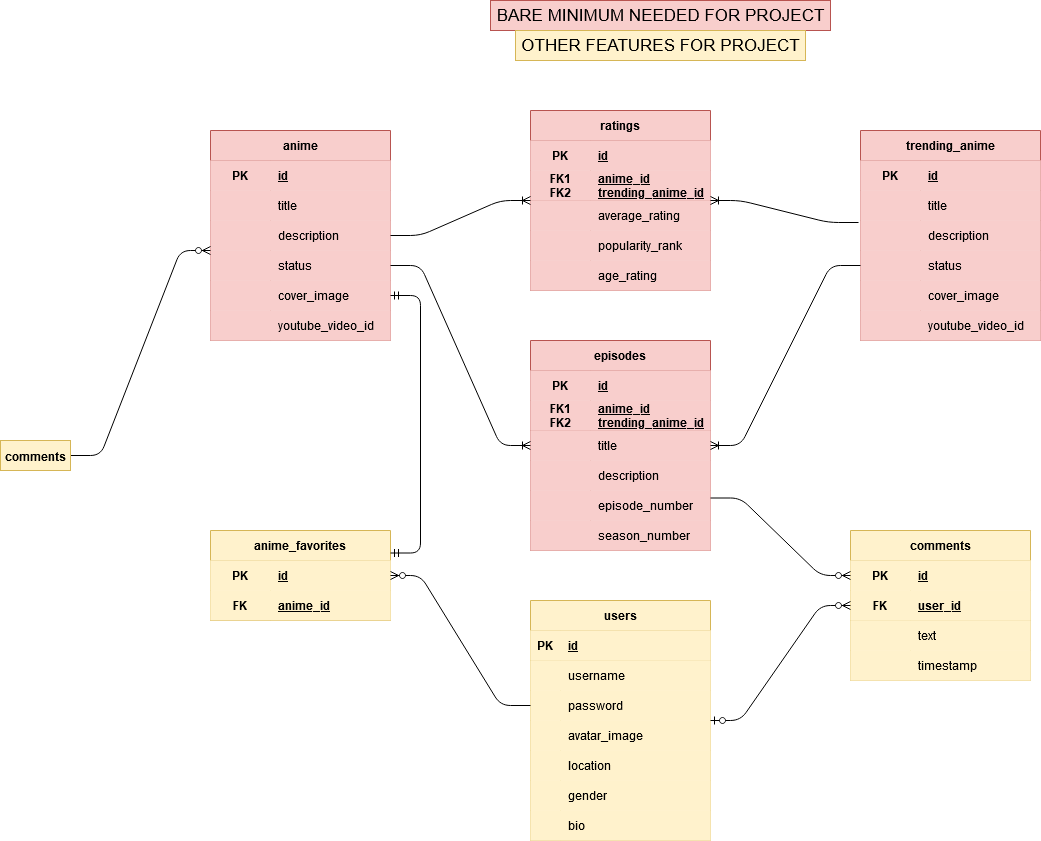
Earlier version of the draw.io export Schema.png (KennyHoang-CS/Anime-Platform). Source tidied: cells renumbered, new cells last; positions are measured from the earlier drawing's top-left corner, leaving out a move shared by most shapes.
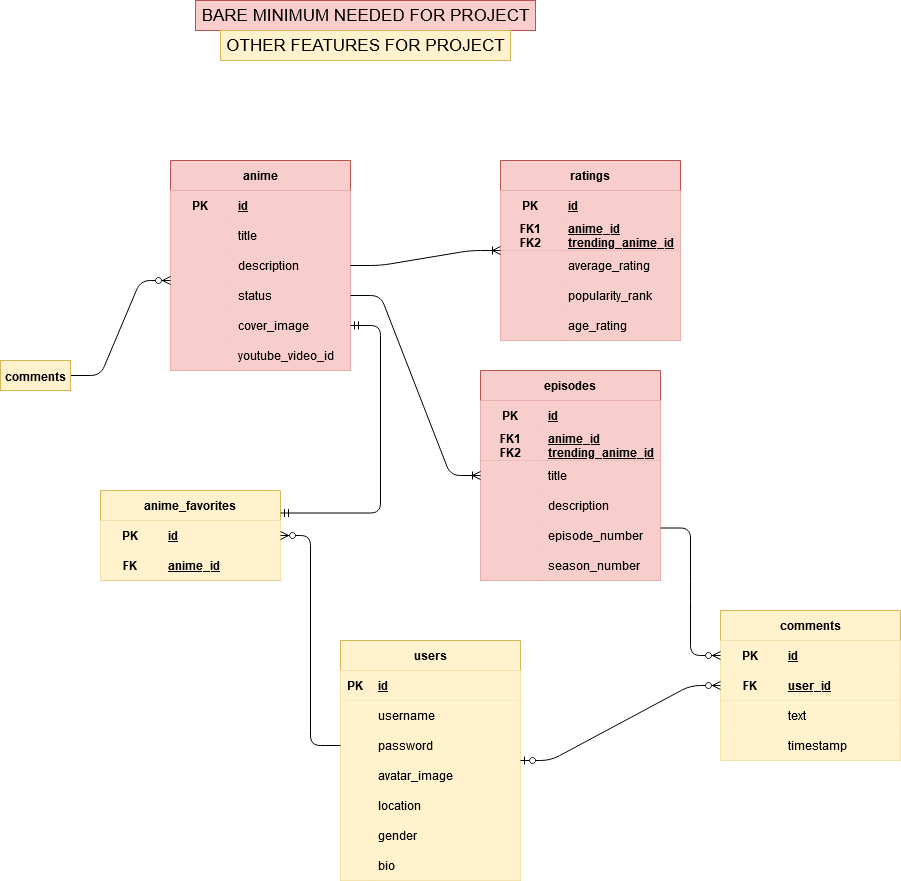
Above is the later version.

What changed in the source:
```diff
@@ -3,7 +3,7 @@
     <mxCell id="0" />
     <mxCell id="1" parent="0" />
     <mxCell id="2" value="anime" style="shape=table;startSize=30;rowLines=0;fontStyle=1;align=center;fillColor=#f8cecc;strokeColor=#b85450;" parent="1" vertex="1">
-      <mxGeometry x="210" y="130" width="180" height="210" as="geometry" />
+      <mxGeometry x="440" y="120" width="180" height="210" as="geometry" />
     </mxCell>
     <mxCell id="3" style="shape=partialRectangle;top=0;left=0;bottom=0;right=0;fillColor=#f8cecc;strokeColor=#b85450;" parent="2" vertex="1">
       <mxGeometry y="30" width="180" height="30" as="geometry" />
@@ -60,7 +60,7 @@
       <mxGeometry x="60" width="120" height="30" as="geometry" />
     </mxCell>
     <mxCell id="21" value="users" style="shape=table;startSize=30;rowLines=0;fontStyle=1;align=center;fillColor=#fff2cc;strokeColor=#d6b656;" parent="1" vertex="1">
-      <mxGeometry x="530" y="600" width="180" height="240" as="geometry" />
+      <mxGeometry x="610" y="600" width="180" height="240" as="geometry" />
     </mxCell>
     <mxCell id="22" style="shape=partialRectangle;top=0;left=0;bottom=1;right=0;fillColor=#fff2cc;strokeColor=#d6b656;" parent="21" vertex="1">
       <mxGeometry y="30" width="180" height="30" as="geometry" />
@@ -126,7 +126,7 @@
       <mxGeometry x="30" width="150" height="30" as="geometry" />
     </mxCell>
     <mxCell id="43" value="episodes" style="shape=table;startSize=30;rowLines=0;fontStyle=1;align=center;fillColor=#f8cecc;strokeColor=#b85450;" parent="1" vertex="1">
-      <mxGeometry x="530" y="340" width="180" height="210" as="geometry" />
+      <mxGeometry x="750" y="330" width="180" height="210" as="geometry" />
     </mxCell>
     <mxCell id="44" style="shape=partialRectangle;top=0;left=0;bottom=0;right=0;fillColor=#f8cecc;strokeColor=#b85450;" parent="43" vertex="1">
       <mxGeometry y="30" width="180" height="30" as="geometry" />
@@ -183,7 +183,7 @@
       <mxGeometry x="60" width="120" height="30" as="geometry" />
     </mxCell>
     <mxCell id="62" value="comments" style="shape=table;startSize=30;rowLines=0;fontStyle=1;align=center;fillColor=#fff2cc;strokeColor=#d6b656;" parent="1" vertex="1">
-      <mxGeometry x="850" y="530" width="180" height="150" as="geometry" />
+      <mxGeometry x="990" y="570" width="180" height="150" as="geometry" />
     </mxCell>
     <mxCell id="63" style="shape=partialRectangle;fillColor=#fff2cc;top=0;left=0;bottom=0;right=0;points=[[0,0.5],[1,0.5]];portConstraint=eastwest;strokeColor=#d6b656;" parent="62" vertex="1">
       <mxGeometry y="30" width="180" height="30" as="geometry" />
@@ -222,13 +222,13 @@
       <mxGeometry x="60" width="120" height="30" as="geometry" />
     </mxCell>
     <mxCell id="75" value="BARE MINIMUM NEEDED FOR PROJECT" style="text;html=1;align=center;verticalAlign=middle;fillColor=#f8cecc;strokeColor=#b85450;fontSize=17;" parent="1" vertex="1">
-      <mxGeometry x="490" width="340" height="30" as="geometry" />
+      <mxGeometry x="465" y="-40" width="340" height="30" as="geometry" />
     </mxCell>
     <mxCell id="76" value="OTHER FEATURES FOR PROJECT" style="text;html=1;align=center;verticalAlign=middle;fillColor=#fff2cc;strokeColor=#d6b656;fontSize=17;" parent="1" vertex="1">
-      <mxGeometry x="515" y="30" width="290" height="30" as="geometry" />
+      <mxGeometry x="490" y="-10" width="290" height="30" as="geometry" />
     </mxCell>
     <mxCell id="77" value="ratings" style="shape=table;startSize=30;rowLines=0;fontStyle=1;align=center;fillColor=#f8cecc;strokeColor=#b85450;" parent="1" vertex="1">
-      <mxGeometry x="530" y="110" width="180" height="180" as="geometry" />
+      <mxGeometry x="770" y="120" width="180" height="180" as="geometry" />
     </mxCell>
     <mxCell id="78" style="shape=partialRectangle;fillColor=#f8cecc;top=0;left=0;bottom=0;right=0;strokeColor=#b85450;" parent="77" vertex="1">
       <mxGeometry y="30" width="180" height="30" as="geometry" />
@@ -278,74 +278,11 @@
     <mxCell id="93" style="edgeStyle=entityRelationEdgeStyle;fontSize=12;html=1;endArrow=ERoneToMany;exitX=1;exitY=0.5;exitDx=0;exitDy=0;entryX=0;entryY=0.5;entryDx=0;entryDy=0;" parent="1" edge="1" source="2" target="77">
       <mxGeometry relative="1" as="geometry" />
     </mxCell>
-    <mxCell id="94" value="trending_anime" style="shape=table;startSize=30;rowLines=0;fontStyle=1;align=center;fillColor=#f8cecc;strokeColor=#b85450;" parent="1" vertex="1">
-      <mxGeometry x="860" y="130" width="180" height="210" as="geometry" />
-    </mxCell>
-    <mxCell id="95" style="shape=partialRectangle;top=0;left=0;bottom=0;right=0;fillColor=#f8cecc;strokeColor=#b85450;" parent="94" vertex="1">
-      <mxGeometry y="30" width="180" height="30" as="geometry" />
-    </mxCell>
-    <mxCell id="96" value="PK" style="shape=partialRectangle;top=0;left=0;bottom=0;right=0;fontStyle=1;overflow=hidden;fillColor=#f8cecc;strokeColor=#b85450;" parent="95" vertex="1">
-      <mxGeometry width="60" height="30" as="geometry" />
-    </mxCell>
-    <mxCell id="97" value="id" style="shape=partialRectangle;top=0;left=0;bottom=0;right=0;align=left;spacingLeft=6;fontStyle=5;overflow=hidden;fillColor=#f8cecc;strokeColor=#b85450;" parent="95" vertex="1">
-      <mxGeometry x="60" width="120" height="30" as="geometry" />
-    </mxCell>
-    <mxCell id="98" style="shape=partialRectangle;top=0;left=0;bottom=0;right=0;fillColor=#f8cecc;strokeColor=#b85450;" parent="94" vertex="1">
-      <mxGeometry y="60" width="180" height="30" as="geometry" />
-    </mxCell>
-    <mxCell id="99" style="shape=partialRectangle;top=0;left=0;bottom=0;right=0;overflow=hidden;fillColor=#f8cecc;strokeColor=#b85450;" parent="98" vertex="1">
-      <mxGeometry width="60" height="30" as="geometry" />
-    </mxCell>
-    <mxCell id="100" value="title" style="shape=partialRectangle;top=0;left=0;bottom=0;right=0;align=left;spacingLeft=6;overflow=hidden;fillColor=#f8cecc;strokeColor=#b85450;" parent="98" vertex="1">
-      <mxGeometry x="60" width="120" height="30" as="geometry" />
-    </mxCell>
-    <mxCell id="101" style="shape=partialRectangle;top=0;left=0;bottom=0;right=0;points=[[0,0.5],[1,0.5]];portConstraint=eastwest;fillColor=#f8cecc;strokeColor=#b85450;" parent="94" vertex="1">
-      <mxGeometry y="90" width="180" height="30" as="geometry" />
-    </mxCell>
-    <mxCell id="102" style="shape=partialRectangle;top=0;left=0;bottom=0;right=0;overflow=hidden;fillColor=#f8cecc;strokeColor=#b85450;" parent="101" vertex="1">
-      <mxGeometry width="60" height="30" as="geometry" />
-    </mxCell>
-    <mxCell id="103" value="description" style="shape=partialRectangle;top=0;left=0;bottom=0;right=0;align=left;spacingLeft=6;overflow=hidden;fillColor=#f8cecc;strokeColor=#b85450;" parent="101" vertex="1">
-      <mxGeometry x="60" width="120" height="30" as="geometry" />
-    </mxCell>
-    <mxCell id="104" style="shape=partialRectangle;fillColor=#f8cecc;top=0;left=0;bottom=0;right=0;points=[[0,0.5],[1,0.5]];portConstraint=eastwest;strokeColor=#b85450;" parent="94" vertex="1">
-      <mxGeometry y="120" width="180" height="30" as="geometry" />
-    </mxCell>
-    <mxCell id="105" style="shape=partialRectangle;fillColor=#f8cecc;top=0;left=0;bottom=0;right=0;overflow=hidden;strokeColor=#b85450;" parent="104" vertex="1">
-      <mxGeometry width="60" height="30" as="geometry" />
-    </mxCell>
-    <mxCell id="106" value="status" style="shape=partialRectangle;fillColor=#f8cecc;top=0;left=0;bottom=0;right=0;align=left;spacingLeft=6;overflow=hidden;strokeColor=#b85450;" parent="104" vertex="1">
-      <mxGeometry x="60" width="120" height="30" as="geometry" />
-    </mxCell>
-    <mxCell id="107" style="shape=partialRectangle;fillColor=#f8cecc;top=0;left=0;bottom=0;right=0;strokeColor=#b85450;" parent="94" vertex="1">
-      <mxGeometry y="150" width="180" height="30" as="geometry" />
-    </mxCell>
-    <mxCell id="108" style="shape=partialRectangle;fillColor=#f8cecc;top=0;left=0;bottom=0;right=0;overflow=hidden;strokeColor=#b85450;" parent="107" vertex="1">
-      <mxGeometry width="60" height="30" as="geometry" />
-    </mxCell>
-    <mxCell id="109" value="cover_image" style="shape=partialRectangle;fillColor=#f8cecc;top=0;left=0;bottom=0;right=0;align=left;spacingLeft=6;overflow=hidden;strokeColor=#b85450;" parent="107" vertex="1">
-      <mxGeometry x="60" width="120" height="30" as="geometry" />
-    </mxCell>
-    <mxCell id="110" style="shape=partialRectangle;fillColor=#f8cecc;top=0;left=0;bottom=0;right=0;strokeColor=#b85450;" parent="94" vertex="1">
-      <mxGeometry y="180" width="180" height="30" as="geometry" />
-    </mxCell>
-    <mxCell id="111" style="shape=partialRectangle;fillColor=#f8cecc;top=0;left=0;bottom=0;right=0;overflow=hidden;strokeColor=#b85450;" parent="110" vertex="1">
-      <mxGeometry width="60" height="30" as="geometry" />
-    </mxCell>
-    <mxCell id="112" value="youtube_video_id" style="shape=partialRectangle;fillColor=#f8cecc;top=0;left=0;bottom=0;right=0;align=left;spacingLeft=6;overflow=hidden;strokeColor=#b85450;" parent="110" vertex="1">
-      <mxGeometry x="60" width="120" height="30" as="geometry" />
-    </mxCell>
     <mxCell id="113" style="edgeStyle=entityRelationEdgeStyle;fontSize=12;html=1;endArrow=ERoneToMany;exitX=1;exitY=0.5;exitDx=0;exitDy=0;entryX=0;entryY=0.5;entryDx=0;entryDy=0;" parent="1" edge="1" source="12" target="43">
       <mxGeometry relative="1" as="geometry" />
     </mxCell>
-    <mxCell id="114" style="edgeStyle=entityRelationEdgeStyle;fontSize=12;html=1;endArrow=ERoneToMany;entryX=1;entryY=0.5;entryDx=0;entryDy=0;exitX=-0.011;exitY=0.067;exitDx=0;exitDy=0;exitPerimeter=0;" parent="1" edge="1" source="101" target="77">
-      <mxGeometry relative="1" as="geometry" />
-    </mxCell>
-    <mxCell id="115" style="edgeStyle=entityRelationEdgeStyle;fontSize=12;html=1;endArrow=ERoneToMany;entryX=1;entryY=0.5;entryDx=0;entryDy=0;exitX=0;exitY=0.5;exitDx=0;exitDy=0;" parent="1" edge="1" source="104" target="43">
-      <mxGeometry relative="1" as="geometry" />
-    </mxCell>
     <mxCell id="116" value="anime_favorites" style="shape=table;startSize=30;rowLines=0;fontStyle=1;align=center;fontSize=12;fillColor=#fff2cc;strokeColor=#d6b656;" parent="1" vertex="1">
-      <mxGeometry x="210" y="530" width="180" height="90" as="geometry" />
+      <mxGeometry x="370" y="450" width="180" height="90" as="geometry" />
     </mxCell>
     <mxCell id="117" style="shape=partialRectangle;fillColor=#fff2cc;top=0;left=0;bottom=0;right=0;points=[[0,0.5],[1,0.5]];portConstraint=eastwest;strokeColor=#d6b656;" parent="116" vertex="1">
       <mxGeometry y="30" width="180" height="30" as="geometry" />
@@ -368,9 +305,6 @@
     <mxCell id="123" style="edgeStyle=entityRelationEdgeStyle;fontSize=12;html=1;endArrow=ERzeroToMany;endFill=1;exitX=0;exitY=0.5;exitDx=0;exitDy=0;entryX=1;entryY=0.5;entryDx=0;entryDy=0;" parent="1" edge="1" source="28" target="117">
       <mxGeometry relative="1" as="geometry" />
     </mxCell>
-    <mxCell id="124" style="edgeStyle=entityRelationEdgeStyle;fontSize=12;html=1;endArrow=ERmandOne;startArrow=ERmandOne;entryX=1;entryY=0.5;entryDx=0;entryDy=0;exitX=1;exitY=0.25;exitDx=0;exitDy=0;" parent="1" edge="1" source="116" target="15">
-      <mxGeometry relative="1" as="geometry" />
-    </mxCell>
     <mxCell id="125" style="edgeStyle=entityRelationEdgeStyle;fontSize=12;html=1;endArrow=ERzeroToMany;startArrow=ERzeroToOne;entryX=0;entryY=0.5;entryDx=0;entryDy=0;exitX=1;exitY=0.5;exitDx=0;exitDy=0;" parent="1" edge="1" source="21" target="66">
       <mxGeometry relative="1" as="geometry" />
     </mxCell>
@@ -381,7 +315,10 @@
       <mxGeometry relative="1" as="geometry" />
     </mxCell>
     <mxCell id="128" value="&lt;b&gt;&lt;font style=&quot;font-size: 12px&quot;&gt;comments&lt;/font&gt;&lt;/b&gt;" style="whiteSpace=wrap;html=1;fontSize=17;fillColor=#fff2cc;strokeColor=#d6b656;" parent="1" vertex="1">
-      <mxGeometry y="440" width="70" height="30" as="geometry" />
+      <mxGeometry x="270" y="320" width="70" height="30" as="geometry" />
     </mxCell>
+    <mxCell id="124" style="edgeStyle=entityRelationEdgeStyle;fontSize=12;html=1;endArrow=ERmandOne;startArrow=ERmandOne;exitX=1;exitY=0.25;exitDx=0;exitDy=0;" parent="1" edge="1" source="116" target="15">
+      <mxGeometry relative="1" as="geometry" />
+    </mxCell>
   </root>
 </mxGraphModel>
```
